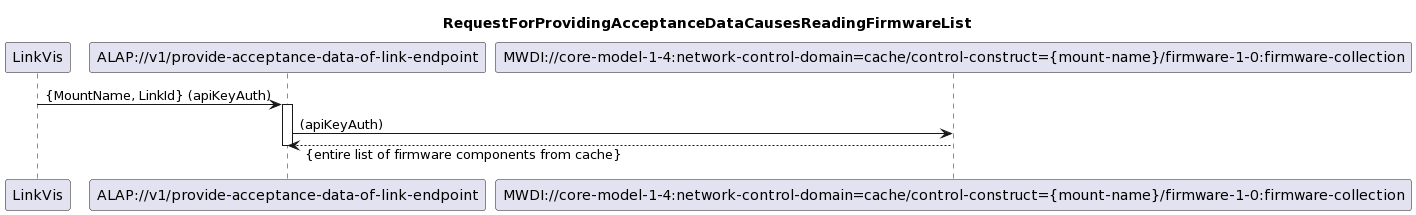
Earlier version of the PlantUML export spec/diagrams/ProvideAcceptanceDataOfLinkEndpoint/155_ReadingFirmware.png (openBackhaul/AccessPlanningToolProxy). Source of this version:
```plantuml
@startuml
skinparam responseMessageBelowArrow true

title
RequestForProvidingAcceptanceDataCausesReadingFirmwareList
end title

participant "LinkVis" as LinkVis
participant "ALAP://v1/provide-acceptance-data-of-link-endpoint" as ALAP
participant "MWDI://core-model-1-4:network-control-domain=cache/control-construct={mount-name}/firmware-1-0:firmware-collection" as MwdiFirm

LinkVis -> ALAP: {MountName, LinkId} (apiKeyAuth)
activate ALAP

ALAP -> MwdiFirm: (apiKeyAuth)
MwdiFirm --> ALAP: {entire list of firmware components from cache}

deactivate ALAP
@enduml
```
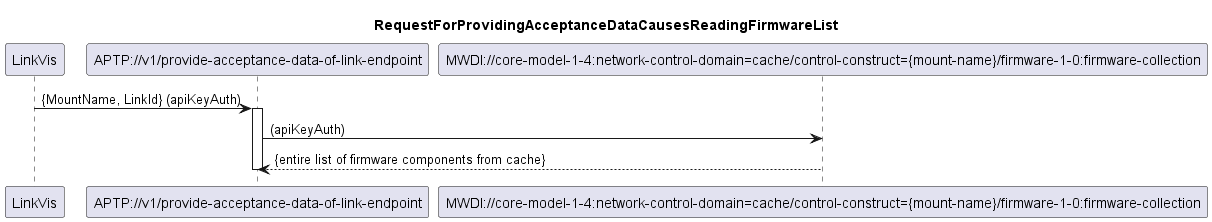
The same diagram one commit later.

Diff of the diagram source:
```diff
@@ -1,4 +1,4 @@
-@startuml
+@startuml 155_ReadingFirmware
 skinparam responseMessageBelowArrow true
 
 title
@@ -6,14 +6,15 @@
 end title
 
 participant "LinkVis" as LinkVis
-participant "ALAP://v1/provide-acceptance-data-of-link-endpoint" as ALAP
+participant "APTP://v1/provide-acceptance-data-of-link-endpoint" as APTP
 participant "MWDI://core-model-1-4:network-control-domain=cache/control-construct={mount-name}/firmware-1-0:firmware-collection" as MwdiFirm
 
-LinkVis -> ALAP: {MountName, LinkId} (apiKeyAuth)
-activate ALAP
+LinkVis -> APTP: {MountName, LinkId} (apiKeyAuth)
+activate APTP
 
-ALAP -> MwdiFirm: (apiKeyAuth)
-MwdiFirm --> ALAP: {entire list of firmware components from cache}
+APTP -> MwdiFirm: (apiKeyAuth)
+MwdiFirm --> APTP: {entire list of firmware components from cache}
 
-deactivate ALAP
+deactivate APTP
+
 @enduml
```
